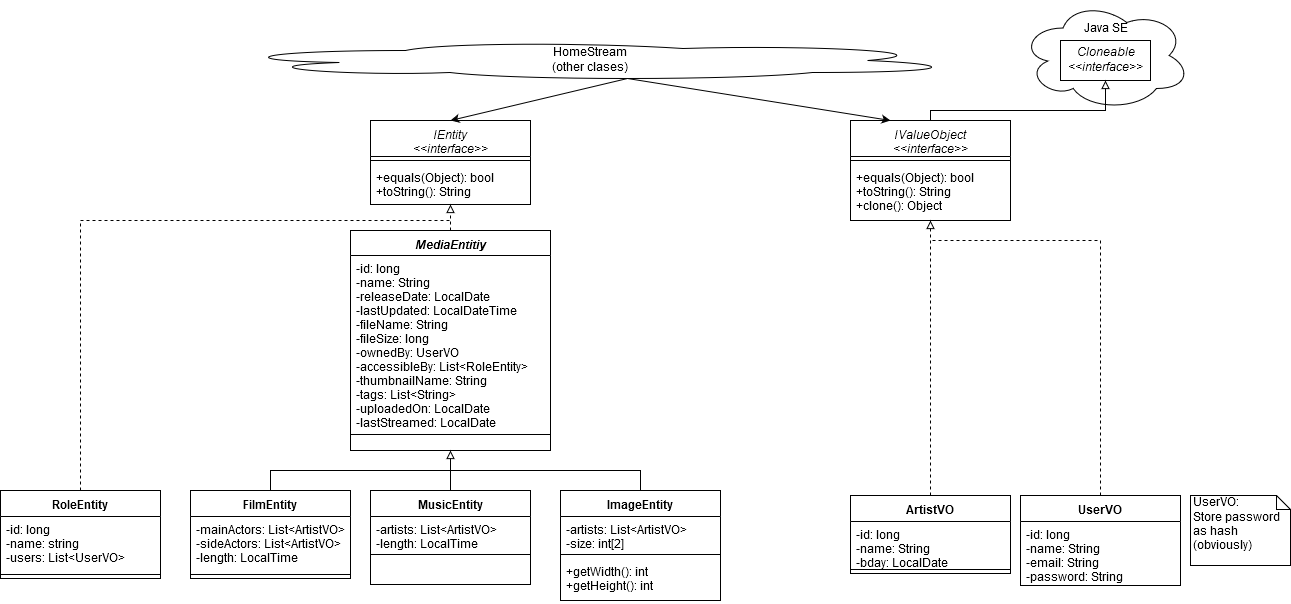
The draw.io diagram tdoc/db/uml_layered_entities_alpha.png in crashkid3000/HomeStream, before a commit. Source tidied: cells renumbered, new cells last; positions are measured from the earlier drawing's top-left corner, leaving out a move shared by most shapes.
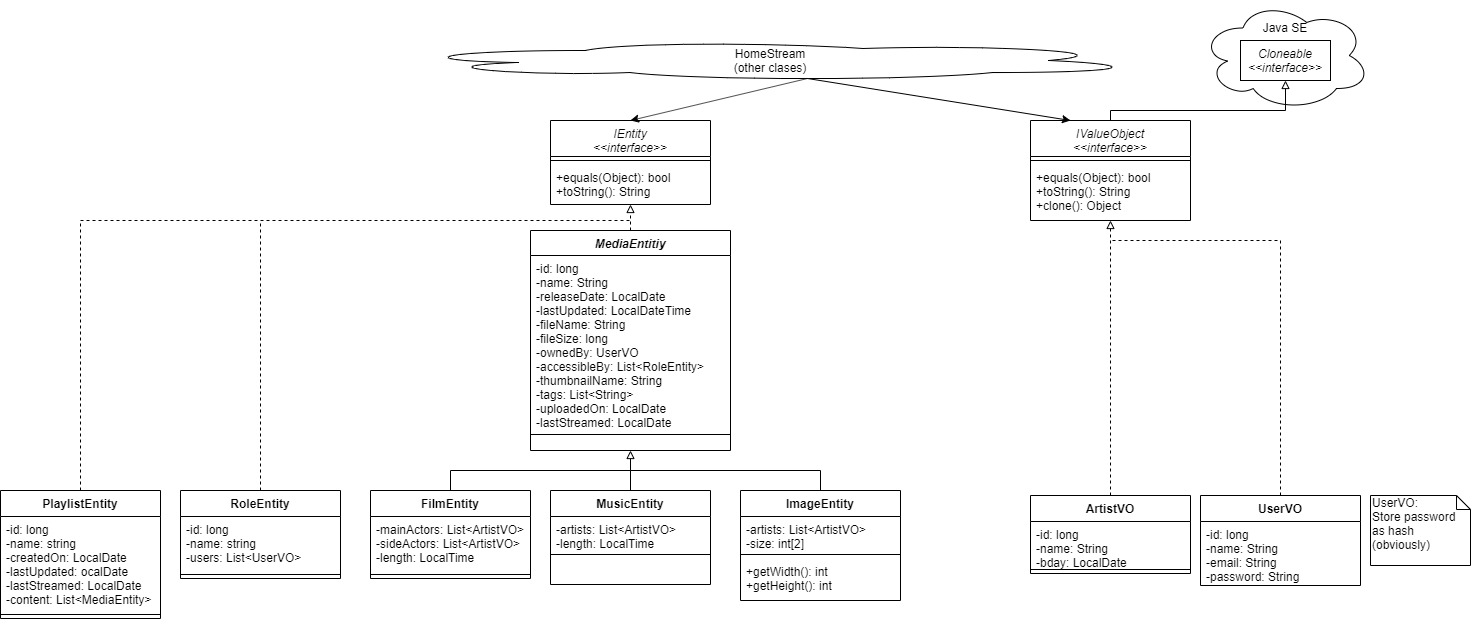
After the commit.

Change to the diagram source:
```diff
@@ -153,5 +153,22 @@
         </Array>
       </mxGeometry>
     </mxCell>
+    <mxCell id="44" value="PlaylistEntity" style="swimlane;fontStyle=1;align=center;verticalAlign=top;horizontal=1;startSize=26;rounded=0;shadow=0;glass=0;comic=0;gradientColor=none;" parent="1" vertex="1">
+      <mxGeometry x="-180" y="490" width="160" height="128" as="geometry" />
+    </mxCell>
+    <mxCell id="45" value="-id: long&#10;-name: string&#10;-createdOn: LocalDate&#10;-lastUpdated: ocalDate&#10;-lastStreamed: LocalDate&#10;-content: List&lt;MediaEntity&gt;&#10;" style="text;strokeColor=none;fillColor=none;align=left;verticalAlign=top;spacingLeft=4;spacingRight=4;overflow=hidden;" parent="44" vertex="1">
+      <mxGeometry y="26" width="160" height="94" as="geometry" />
+    </mxCell>
+    <mxCell id="46" style="line;strokeWidth=1;fillColor=none;align=left;verticalAlign=middle;spacingTop=-1;spacingLeft=3;spacingRight=3;labelPosition=right;" parent="44" vertex="1">
+      <mxGeometry y="120" width="160" height="8" as="geometry" />
+    </mxCell>
+    <mxCell id="47" style="endArrow=none;html=1;exitX=0.5;exitY=0;exitDx=0;exitDy=0;rounded=0;dashed=1;" parent="1" edge="1" source="44">
+      <mxGeometry relative="1" as="geometry">
+        <mxPoint x="80" y="220" as="targetPoint" />
+        <Array as="points">
+          <mxPoint x="-100" y="220" />
+        </Array>
+      </mxGeometry>
+    </mxCell>
   </root>
 </mxGraphModel>
```
